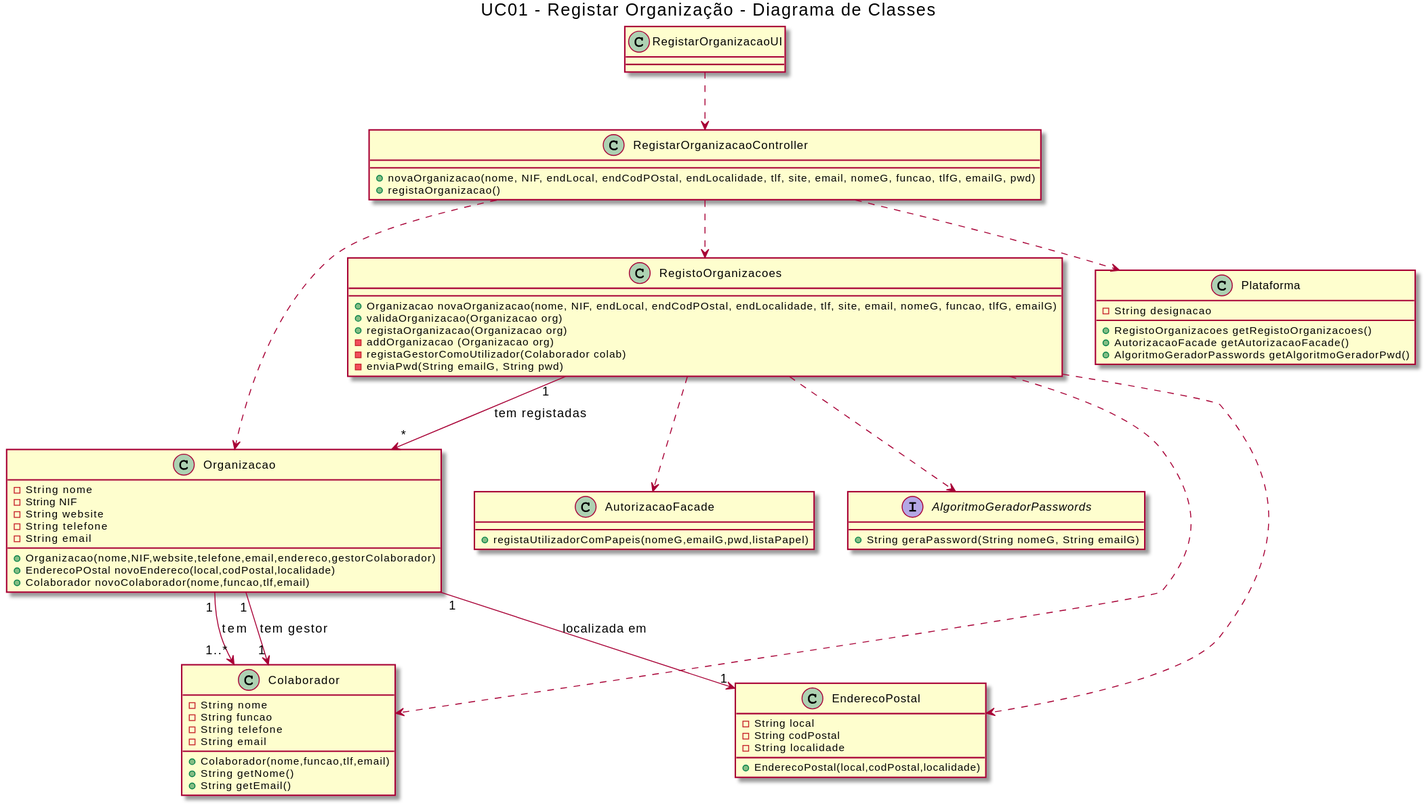
blestonbandeiraUPSKILL/upskill_java1_labprg_grupo2 keeps this PlantUML diagram as Sprint 2 - Documentação/UC01_Registar_Organizacao/UC01_Registar_Organizacao_DC_Pt1.svg. Above is the earlier version.
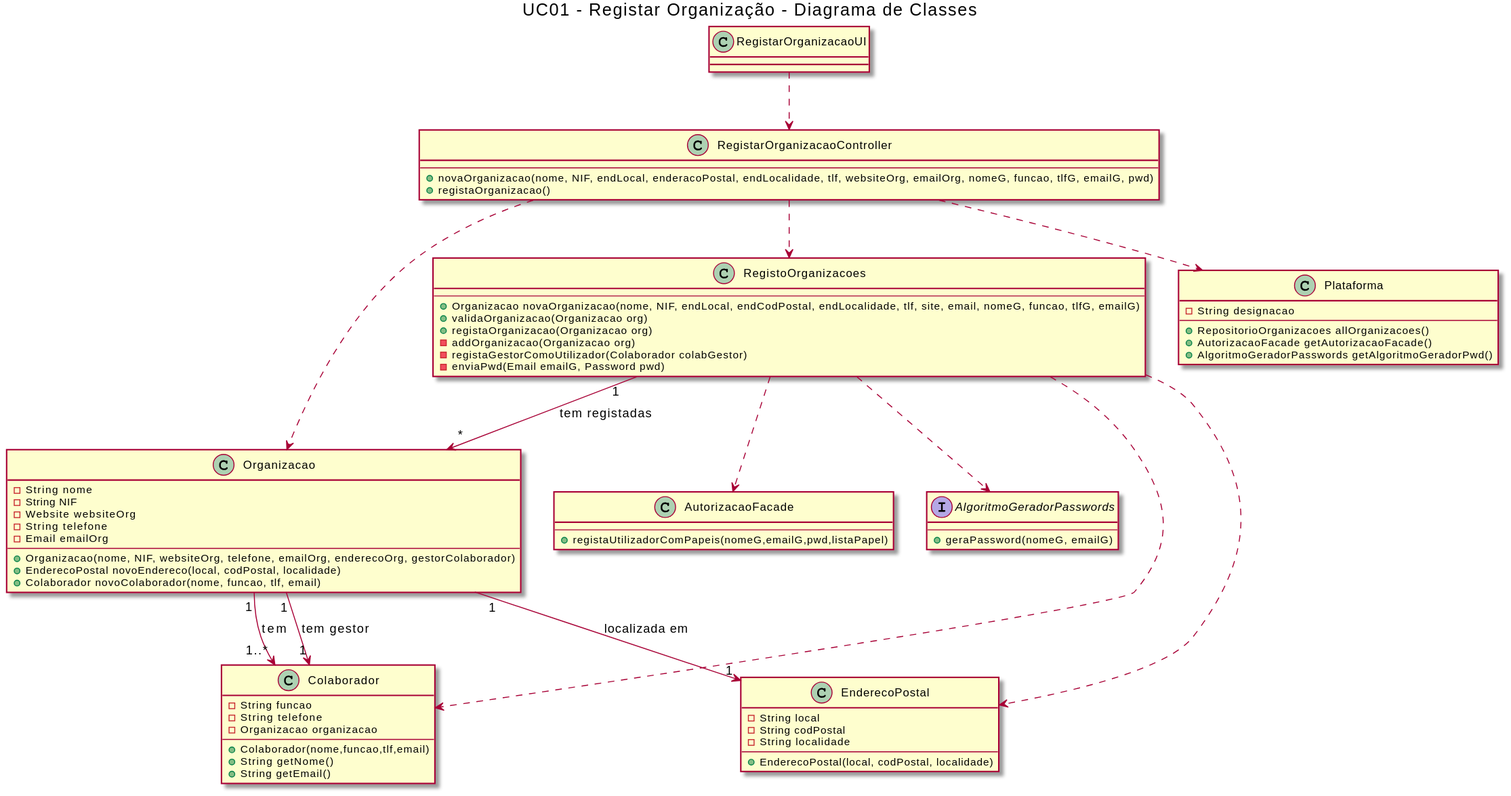
After the change.

What changed in the source:
```diff
@@ -1,66 +1,71 @@
 @startuml
 title UC01 - Registar Organização - Diagrama de Classes
-
-top to bottom direction
 
 class RegistarOrganizacaoUI {
 }
 
 class RegistarOrganizacaoController {
-+novaOrganizacao(nome, NIF, endLocal, endCodPOstal, endLocalidade, tlf, site, email, nomeG, funcao, tlfG, emailG, pwd)
-+registaOrganizacao()
+    --
+    +novaOrganizacao(nome, NIF, endLocal, enderacoPostal, endLocalidade, tlf, websiteOrg, emailOrg, nomeG, funcao, tlfG, emailG, pwd)
+    +registaOrganizacao()
 }
 
 class Organizacao {
--String nome
--String NIF
--String website
--String telefone
--String email
-+Organizacao(nome,NIF,website,telefone,email,endereco,gestorColaborador)
-+EnderecoPOstal novoEndereco(local,codPostal,localidade)
-+Colaborador novoColaborador(nome,funcao,tlf,email)
+    -String nome
+    -String NIF
+    -Website websiteOrg
+    -String telefone
+    -Email emailOrg
+    --
+    +Organizacao(nome, NIF, websiteOrg, telefone, emailOrg, enderecoOrg, gestorColaborador)
+    +EnderecoPostal novoEndereco(local, codPostal, localidade)
+    +Colaborador novoColaborador(nome, funcao, tlf, email)
 }
 
 class Colaborador {
--String nome
--String funcao
--String telefone
--String email
-+Colaborador(nome,funcao,tlf,email)
-+String getNome()
-+String getEmail()
+    -String funcao
+    -String telefone
+    -Organizacao organizacao
+    --
+    +Colaborador(nome,funcao,tlf,email)
+    +String getNome()
+    +String getEmail()
 }
 
 class EnderecoPostal {
--String local
--String codPostal
--String localidade
-+EnderecoPostal(local,codPostal,localidade)
+    -String local
+    -String codPostal
+    -String localidade
+    --
+    +EnderecoPostal(local, codPostal, localidade)
 }
 
 class RegistoOrganizacoes {
-+Organizacao novaOrganizacao(nome, NIF, endLocal, endCodPOstal, endLocalidade, tlf, site, email, nomeG, funcao, tlfG, emailG)
-+validaOrganizacao(Organizacao org)
-+registaOrganizacao(Organizacao org)
--addOrganizacao (Organizacao org)
--registaGestorComoUtilizador(Colaborador colab)
--enviaPwd(String emailG, String pwd)
+    --
+    +Organizacao novaOrganizacao(nome, NIF, endLocal, endCodPostal, endLocalidade, tlf, site, email, nomeG, funcao, tlfG, emailG)
+    +validaOrganizacao(Organizacao org)
+    +registaOrganizacao(Organizacao org)
+    -addOrganizacao(Organizacao org)
+    -registaGestorComoUtilizador(Colaborador colabGestor)
+    -enviaPwd(Email emailG, Password pwd)
 }
 
 class AutorizacaoFacade {
-+registaUtilizadorComPapeis(nomeG,emailG,pwd,listaPapel)
+    --
+    +registaUtilizadorComPapeis(nomeG,emailG,pwd,listaPapel)
 }
 
 interface AlgoritmoGeradorPasswords {
-+String geraPassword(String nomeG, String emailG)
+    --
+    +geraPassword(nomeG, emailG)
 }
 
 class Plataforma {
--String designacao
-+RegistoOrganizacoes getRegistoOrganizacoes()
-+AutorizacaoFacade getAutorizacaoFacade()
-+AlgoritmoGeradorPasswords getAlgoritmoGeradorPwd()
+    -String designacao
+    --
+    +RepositorioOrganizacoes allOrganizacoes()
+    +AutorizacaoFacade getAutorizacaoFacade()
+    +AlgoritmoGeradorPasswords getAlgoritmoGeradorPwd()
 }
 
 RegistarOrganizacaoUI ..> RegistarOrganizacaoController
```
